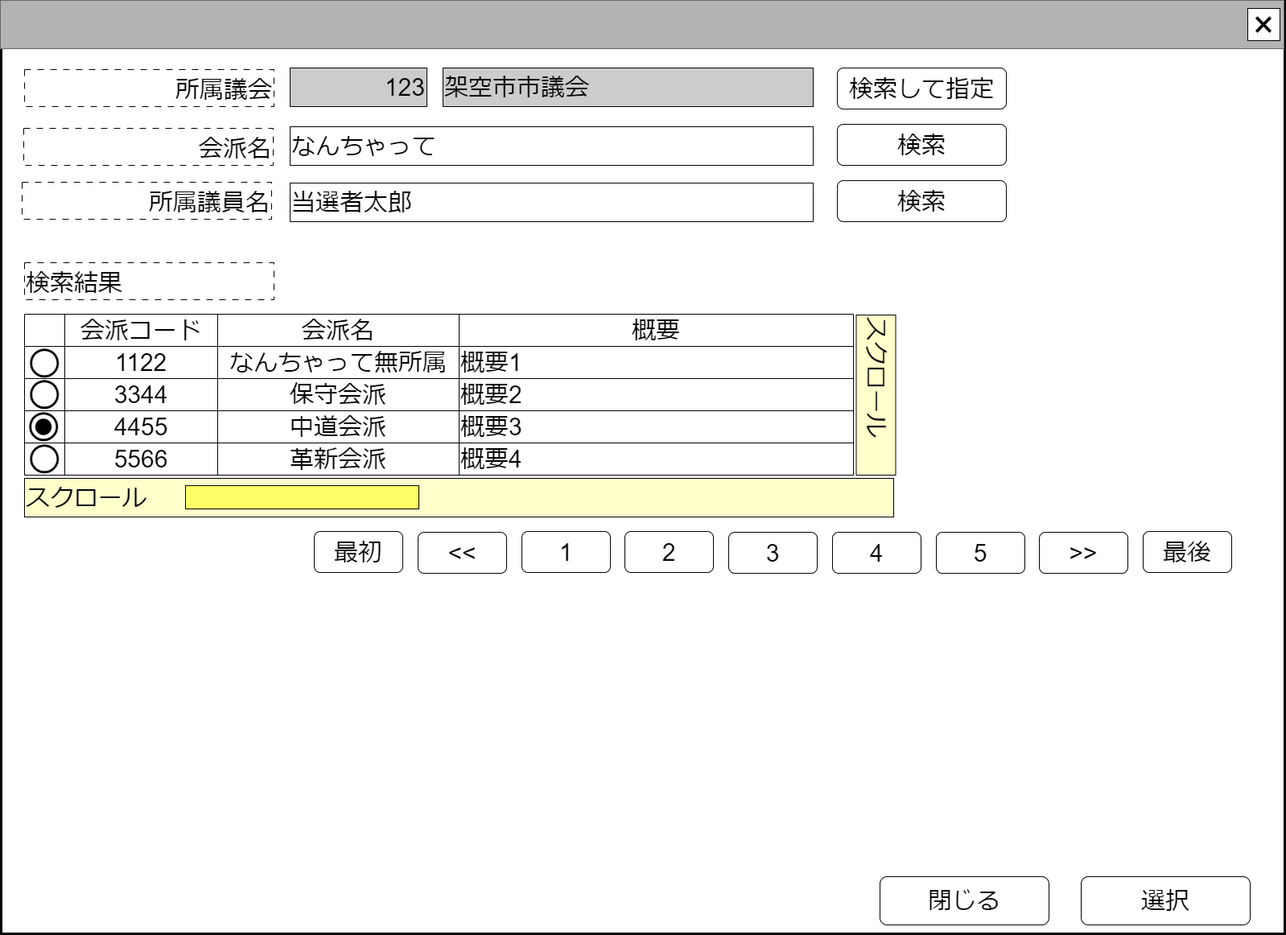
chiwa2023/investigate-politician-balance-report keeps this draw.io diagram as docs/common/front/search_parliament_faction/image/議会内会派検索.drawio.png. Above is the earlier version. Source tidied: cells renumbered, new cells last; positions are measured from the earlier drawing's top-left corner, leaving out a move shared by most shapes.
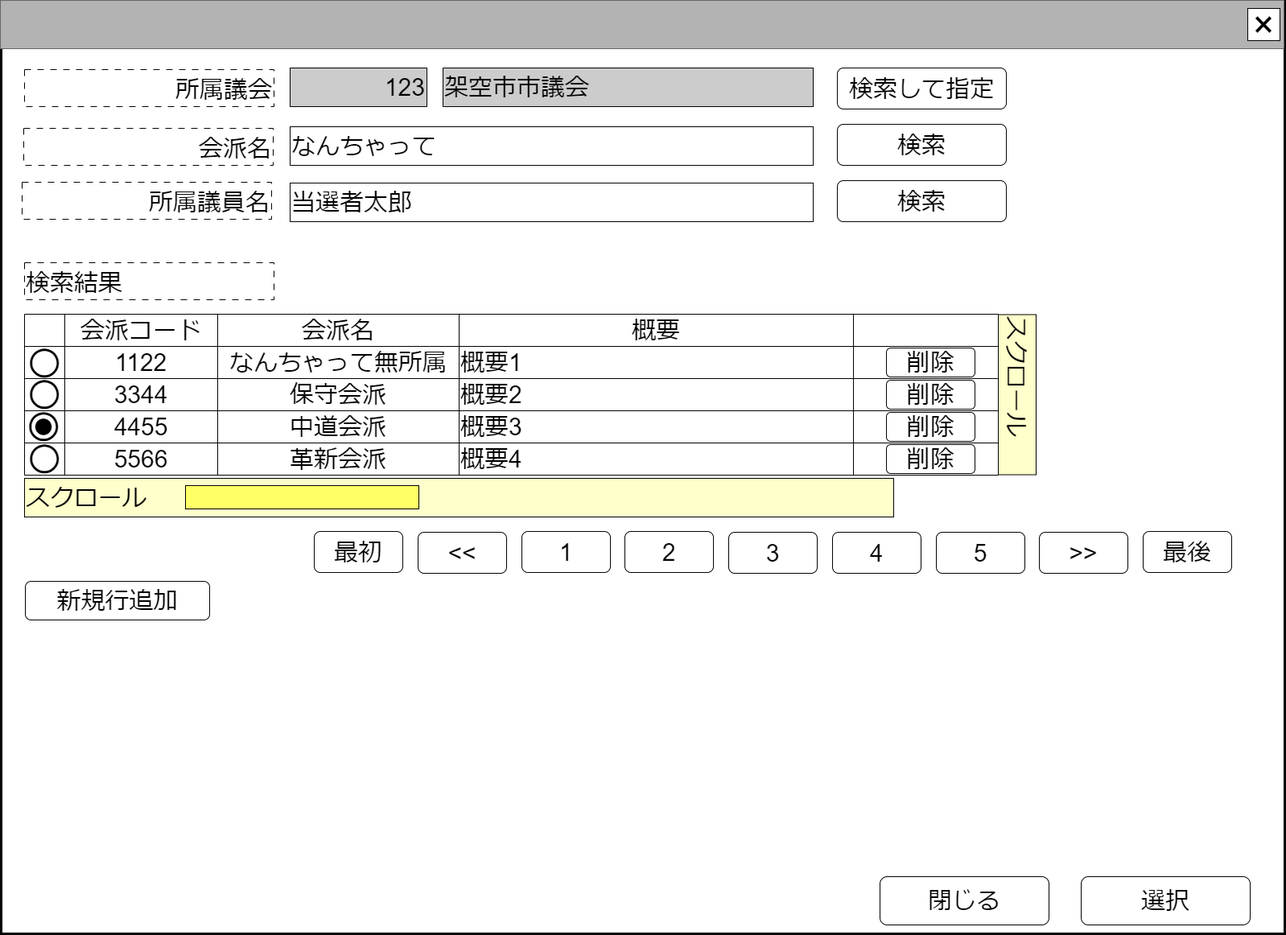
After the commit.

Change to the diagram source:
```diff
@@ -67,7 +67,7 @@
       <mxGeometry x="519" y="661" width="110" height="51" as="geometry" />
     </mxCell>
     <mxCell id="24" value="&lt;div style=&quot;&quot;&gt;&lt;font style=&quot;font-size: 30px;&quot;&gt;スクロール&lt;/font&gt;&lt;/div&gt;" style="rounded=0;whiteSpace=wrap;html=1;align=left;verticalAlign=top;fillColor=#FFFFCC;rotation=90;" parent="5" vertex="1">
-      <mxGeometry x="988.5" y="466" width="199" height="49" as="geometry" />
+      <mxGeometry x="1163" y="465.5" width="199" height="49" as="geometry" />
     </mxCell>
     <mxCell id="25" value="&lt;span style=&quot;font-size: 30px;&quot;&gt;123&lt;br&gt;&lt;/span&gt;" style="rounded=0;whiteSpace=wrap;html=1;align=right;fillColor=#CCCCCC;" parent="5" vertex="1">
       <mxGeometry x="360" y="84" width="170" height="48" as="geometry" />
@@ -82,10 +82,10 @@
       <mxGeometry x="1040" y="84" width="210" height="51" as="geometry" />
     </mxCell>
     <mxCell id="29" style="shape=table;startSize=0;fontSize=16;" parent="5" vertex="1">
-      <mxGeometry x="30" y="390" width="1030" height="200" as="geometry" />
+      <mxGeometry x="30" y="390" width="1210" height="200" as="geometry" />
     </mxCell>
     <mxCell id="30" style="shape=tableRow;horizontal=0;startSize=0;swimlaneHead=0;swimlaneBody=0;strokeColor=inherit;top=0;left=0;bottom=0;right=0;fillColor=none;fontSize=16;" parent="29" vertex="1">
-      <mxGeometry width="1030" height="40" as="geometry" />
+      <mxGeometry width="1210" height="40" as="geometry" />
     </mxCell>
     <mxCell id="31" style="shape=partialRectangle;html=1;whiteSpace=wrap;strokeColor=inherit;overflow=hidden;fillColor=none;top=0;left=0;bottom=0;right=0;fontSize=16;" parent="30" vertex="1">
       <mxGeometry width="50" height="40" as="geometry" />
@@ -99,8 +99,11 @@
     <mxCell id="34" value="&lt;font style=&quot;font-size: 30px;&quot;&gt;概要&lt;/font&gt;" style="shape=partialRectangle;html=1;whiteSpace=wrap;strokeColor=inherit;overflow=hidden;fillColor=none;top=0;left=0;bottom=0;right=0;fontSize=16;" parent="30" vertex="1">
       <mxGeometry x="540" width="490" height="40" as="geometry" />
     </mxCell>
+    <mxCell id="62" style="shape=partialRectangle;html=1;whiteSpace=wrap;strokeColor=inherit;overflow=hidden;fillColor=none;top=0;left=0;bottom=0;right=0;fontSize=16;" parent="30" vertex="1">
+      <mxGeometry x="1030" width="180" height="40" as="geometry" />
+    </mxCell>
     <mxCell id="35" style="shape=tableRow;horizontal=0;startSize=0;swimlaneHead=0;swimlaneBody=0;strokeColor=inherit;top=0;left=0;bottom=0;right=0;fillColor=none;fontSize=16;" parent="29" vertex="1">
-      <mxGeometry y="40" width="1030" height="40" as="geometry" />
+      <mxGeometry y="40" width="1210" height="40" as="geometry" />
     </mxCell>
     <mxCell id="36" style="shape=partialRectangle;html=1;whiteSpace=wrap;strokeColor=inherit;overflow=hidden;fillColor=none;top=0;left=0;bottom=0;right=0;fontSize=16;" parent="35" vertex="1">
       <mxGeometry width="50" height="40" as="geometry" />
@@ -114,8 +117,11 @@
     <mxCell id="39" value="&lt;font style=&quot;font-size: 30px;&quot;&gt;概要1&lt;/font&gt;" style="shape=partialRectangle;html=1;whiteSpace=wrap;strokeColor=inherit;overflow=hidden;fillColor=none;top=0;left=0;bottom=0;right=0;fontSize=16;align=left;" parent="35" vertex="1">
       <mxGeometry x="540" width="490" height="40" as="geometry" />
     </mxCell>
+    <mxCell id="63" style="shape=partialRectangle;html=1;whiteSpace=wrap;strokeColor=inherit;overflow=hidden;fillColor=none;top=0;left=0;bottom=0;right=0;fontSize=16;align=left;" parent="35" vertex="1">
+      <mxGeometry x="1030" width="180" height="40" as="geometry" />
+    </mxCell>
     <mxCell id="40" style="shape=tableRow;horizontal=0;startSize=0;swimlaneHead=0;swimlaneBody=0;strokeColor=inherit;top=0;left=0;bottom=0;right=0;fillColor=none;fontSize=16;align=left;" parent="29" vertex="1">
-      <mxGeometry y="80" width="1030" height="40" as="geometry" />
+      <mxGeometry y="80" width="1210" height="40" as="geometry" />
     </mxCell>
     <mxCell id="41" style="shape=partialRectangle;html=1;whiteSpace=wrap;strokeColor=inherit;overflow=hidden;fillColor=none;top=0;left=0;bottom=0;right=0;fontSize=16;" parent="40" vertex="1">
       <mxGeometry width="50" height="40" as="geometry" />
@@ -129,8 +135,11 @@
     <mxCell id="44" value="&lt;font style=&quot;font-size: 30px;&quot;&gt;概要2&lt;/font&gt;" style="shape=partialRectangle;html=1;whiteSpace=wrap;strokeColor=inherit;overflow=hidden;fillColor=none;top=0;left=0;bottom=0;right=0;fontSize=16;align=left;" parent="40" vertex="1">
       <mxGeometry x="540" width="490" height="40" as="geometry" />
     </mxCell>
+    <mxCell id="64" style="shape=partialRectangle;html=1;whiteSpace=wrap;strokeColor=inherit;overflow=hidden;fillColor=none;top=0;left=0;bottom=0;right=0;fontSize=16;align=left;" parent="40" vertex="1">
+      <mxGeometry x="1030" width="180" height="40" as="geometry" />
+    </mxCell>
     <mxCell id="45" style="shape=tableRow;horizontal=0;startSize=0;swimlaneHead=0;swimlaneBody=0;strokeColor=inherit;top=0;left=0;bottom=0;right=0;fillColor=none;fontSize=16;" parent="29" vertex="1">
-      <mxGeometry y="120" width="1030" height="40" as="geometry" />
+      <mxGeometry y="120" width="1210" height="40" as="geometry" />
     </mxCell>
     <mxCell id="46" style="shape=partialRectangle;html=1;whiteSpace=wrap;strokeColor=inherit;overflow=hidden;fillColor=none;top=0;left=0;bottom=0;right=0;fontSize=16;" parent="45" vertex="1">
       <mxGeometry width="50" height="40" as="geometry" />
@@ -144,8 +153,11 @@
     <mxCell id="49" value="&lt;span style=&quot;font-size: 30px;&quot;&gt;概要3&lt;/span&gt;" style="shape=partialRectangle;html=1;whiteSpace=wrap;strokeColor=inherit;overflow=hidden;fillColor=none;top=0;left=0;bottom=0;right=0;fontSize=16;align=left;" parent="45" vertex="1">
       <mxGeometry x="540" width="490" height="40" as="geometry" />
     </mxCell>
+    <mxCell id="65" style="shape=partialRectangle;html=1;whiteSpace=wrap;strokeColor=inherit;overflow=hidden;fillColor=none;top=0;left=0;bottom=0;right=0;fontSize=16;align=left;" parent="45" vertex="1">
+      <mxGeometry x="1030" width="180" height="40" as="geometry" />
+    </mxCell>
     <mxCell id="50" style="shape=tableRow;horizontal=0;startSize=0;swimlaneHead=0;swimlaneBody=0;strokeColor=inherit;top=0;left=0;bottom=0;right=0;fillColor=none;fontSize=16;" parent="29" vertex="1">
-      <mxGeometry y="160" width="1030" height="40" as="geometry" />
+      <mxGeometry y="160" width="1210" height="40" as="geometry" />
     </mxCell>
     <mxCell id="51" style="shape=partialRectangle;html=1;whiteSpace=wrap;strokeColor=inherit;overflow=hidden;fillColor=none;top=0;left=0;bottom=0;right=0;fontSize=16;" parent="50" vertex="1">
       <mxGeometry width="50" height="40" as="geometry" />
@@ -159,6 +171,9 @@
     <mxCell id="54" value="&lt;div style=&quot;&quot;&gt;&lt;span style=&quot;font-size: 30px; background-color: initial;&quot;&gt;概要4&lt;/span&gt;&lt;/div&gt;" style="shape=partialRectangle;html=1;whiteSpace=wrap;strokeColor=inherit;overflow=hidden;fillColor=none;top=0;left=0;bottom=0;right=0;fontSize=16;align=left;" parent="50" vertex="1">
       <mxGeometry x="540" width="490" height="40" as="geometry" />
     </mxCell>
+    <mxCell id="66" style="shape=partialRectangle;html=1;whiteSpace=wrap;strokeColor=inherit;overflow=hidden;fillColor=none;top=0;left=0;bottom=0;right=0;fontSize=16;align=left;" parent="50" vertex="1">
+      <mxGeometry x="1030" width="180" height="40" as="geometry" />
+    </mxCell>
     <mxCell id="55" value="&lt;font style=&quot;font-size: 84px;&quot;&gt;○&lt;/font&gt;" style="text;html=1;strokeColor=none;fillColor=none;align=center;verticalAlign=middle;whiteSpace=wrap;rounded=0;fontSize=60;" parent="5" vertex="1">
       <mxGeometry x="25" y="431" width="60" height="30" as="geometry" />
     </mxCell>
@@ -180,5 +195,20 @@
     <mxCell id="61" value="&lt;div style=&quot;&quot;&gt;&lt;br&gt;&lt;/div&gt;" style="rounded=0;whiteSpace=wrap;html=1;align=left;verticalAlign=top;fillColor=#FFFF66;" parent="5" vertex="1">
       <mxGeometry x="230" y="603" width="290" height="29" as="geometry" />
     </mxCell>
+    <mxCell id="67" value="&lt;span style=&quot;font-size: 30px;&quot;&gt;削除&lt;/span&gt;" style="rounded=1;whiteSpace=wrap;html=1;" parent="5" vertex="1">
+      <mxGeometry x="1101" y="432" width="110" height="36" as="geometry" />
+    </mxCell>
+    <mxCell id="68" value="&lt;span style=&quot;font-size: 30px;&quot;&gt;削除&lt;/span&gt;" style="rounded=1;whiteSpace=wrap;html=1;" parent="5" vertex="1">
+      <mxGeometry x="1101" y="472" width="110" height="36" as="geometry" />
+    </mxCell>
+    <mxCell id="69" value="&lt;span style=&quot;font-size: 30px;&quot;&gt;削除&lt;/span&gt;" style="rounded=1;whiteSpace=wrap;html=1;" parent="5" vertex="1">
+      <mxGeometry x="1101" y="512" width="110" height="36" as="geometry" />
+    </mxCell>
+    <mxCell id="70" value="&lt;span style=&quot;font-size: 30px;&quot;&gt;削除&lt;/span&gt;" style="rounded=1;whiteSpace=wrap;html=1;" parent="5" vertex="1">
+      <mxGeometry x="1101" y="552" width="110" height="36" as="geometry" />
+    </mxCell>
+    <mxCell id="71" value="&lt;span style=&quot;font-size: 30px;&quot;&gt;新規行追加&lt;/span&gt;" style="rounded=1;whiteSpace=wrap;html=1;" parent="5" vertex="1">
+      <mxGeometry x="31" y="722" width="229" height="48" as="geometry" />
+    </mxCell>
   </root>
 </mxGraphModel>
```
